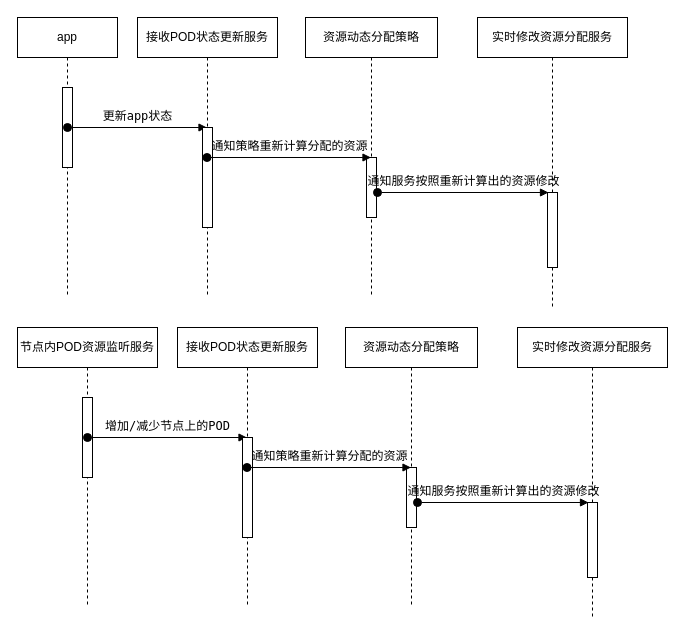
Above: page "全流程图" (6 of 11) of Untitled Diagram.drawio in gaojunhao/diagrams (draw.io), before the change. Source tidied: cells renumbered, new cells numbered last; positions are measured from the earlier drawing's top-left corner, leaving out a move shared by most shapes. Both pictures are drawn from the tidied source at 100%, with x=0, y=0 at pixel (17, 17).
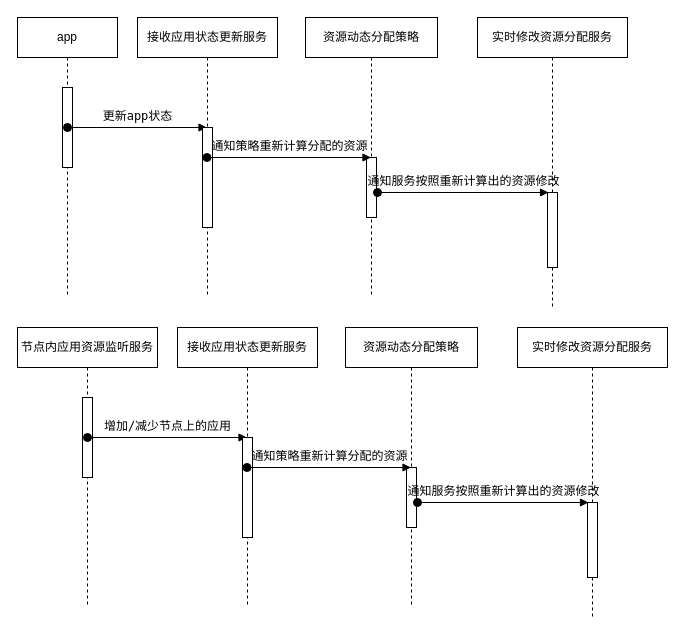
Above is the later version.

Change to the diagram source:
```diff
@@
-    <mxCell id="5" value="接收POD状态更新服务" style="shape=umlLifeline;perimeter=lifelinePerimeter;whiteSpace=wrap;html=1;outlineConnect=0;" parent="1" vertex="1">
+    <mxCell id="5" value="接收应用状态更新服务" style="shape=umlLifeline;perimeter=lifelinePerimeter;whiteSpace=wrap;html=1;outlineConnect=0;" parent="1" vertex="1">
       <mxGeometry x="120" width="140" height="280" as="geometry" />
     </mxCell>
@@
-    <mxCell id="13" value="节点内POD资源监听服务" style="shape=umlLifeline;perimeter=lifelinePerimeter;whiteSpace=wrap;html=1;" parent="1" vertex="1">
+    <mxCell id="13" value="节点内应用资源监听服务" style="shape=umlLifeline;perimeter=lifelinePerimeter;whiteSpace=wrap;html=1;" parent="1" vertex="1">
       <mxGeometry y="310" width="140" height="280" as="geometry" />
     </mxCell>
@@
-    <mxCell id="15" value="&lt;div style=&quot;font-family: &amp;quot;menlo&amp;quot; , &amp;quot;monaco&amp;quot; , &amp;quot;courier new&amp;quot; , monospace ; font-size: 12px ; line-height: 18px&quot;&gt;增加/减少节点上的POD&lt;/div&gt;" style="html=1;verticalAlign=bottom;startArrow=oval;startFill=1;endArrow=block;startSize=8;rounded=0;labelBackgroundColor=none;fontColor=#000000;strokeColor=#000000;" parent="13" edge="1" target="16">
+    <mxCell id="15" value="&lt;div style=&quot;font-family: &amp;quot;menlo&amp;quot; , &amp;quot;monaco&amp;quot; , &amp;quot;courier new&amp;quot; , monospace ; font-size: 12px ; line-height: 18px&quot;&gt;增加/减少节点上的应用&lt;/div&gt;" style="html=1;verticalAlign=bottom;startArrow=oval;startFill=1;endArrow=block;startSize=8;rounded=0;labelBackgroundColor=none;fontColor=#000000;strokeColor=#000000;" parent="13" edge="1" target="16">
       <mxGeometry relative="1" as="geometry">
         <mxPoint x="70" y="110" as="sourcePoint" />
       </mxGeometry>
     </mxCell>
-    <mxCell id="16" value="接收POD状态更新服务" style="shape=umlLifeline;perimeter=lifelinePerimeter;whiteSpace=wrap;html=1;outlineConnect=0;" parent="1" vertex="1">
+    <mxCell id="16" value="接收应用状态更新服务" style="shape=umlLifeline;perimeter=lifelinePerimeter;whiteSpace=wrap;html=1;outlineConnect=0;" parent="1" vertex="1">
       <mxGeometry x="160" y="310" width="140" height="280" as="geometry" />
     </mxCell>
```
